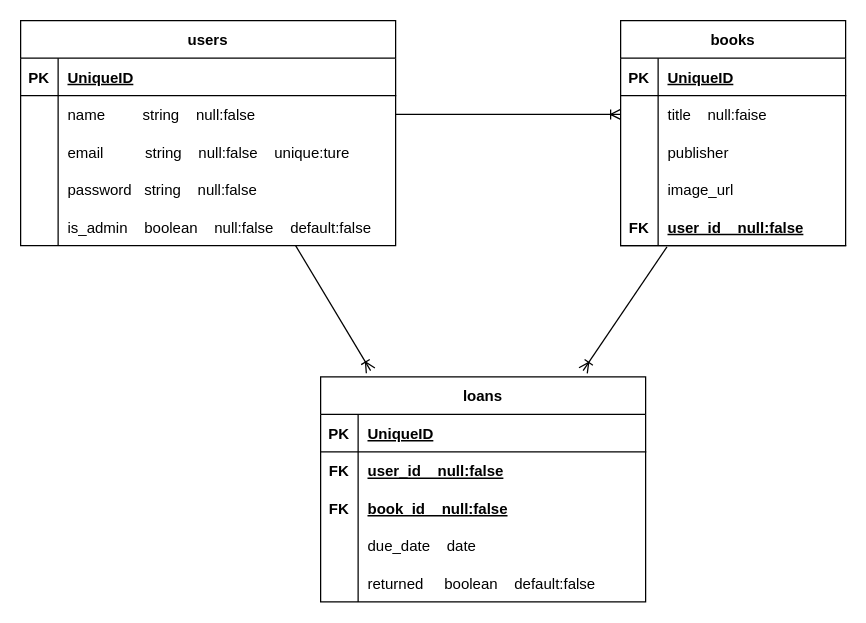
The draw.io diagram app/bookhub.dio in miopanda/book_hub, before the edit. Source tidied: cells renumbered, new cells numbered last; positions are measured from the earlier drawing's top-left corner, leaving out a move shared by most shapes. Both pictures are drawn from the tidied source at 125%, with x=0, y=0 at pixel (20, 20).
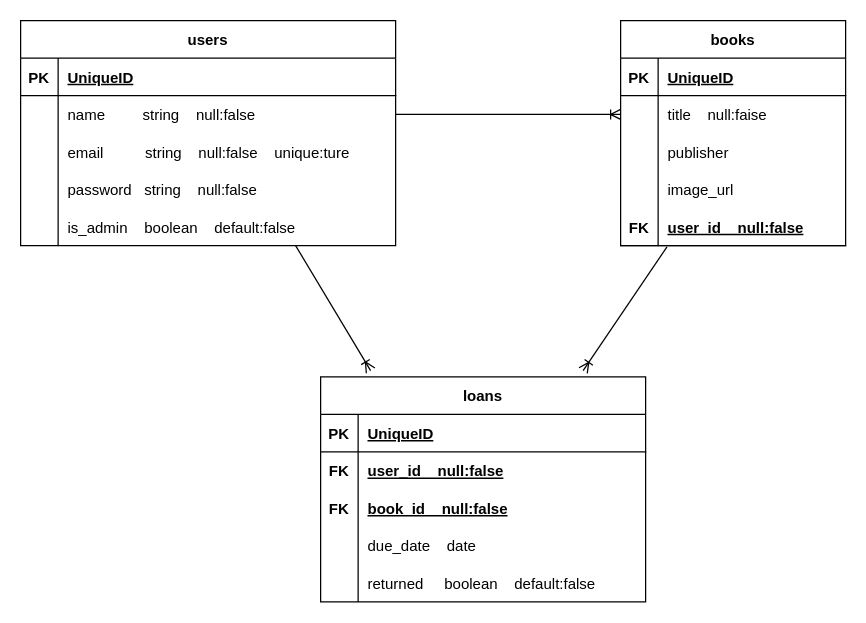
The same page after the edit.

Unchanged cells that the change refers to:
```xml
<mxCell id="15" style="shape=tableRow;horizontal=0;startSize=0;swimlaneHead=0;swimlaneBody=0;fillColor=none;top=0;left=0;right=0;bottom=0;" parent="2" vertex="1">
  <mxGeometry y="150" width="300" height="30" as="geometry" />
</mxCell>
```

Diff of the diagram source:
```diff
@@
-    <mxCell id="17" value="is_admin    boolean    null:false    default:false" style="shape=partialRectangle;fillColor=none;top=0;left=0;bottom=0;right=0;align=left;spacingLeft=6;overflow=hidden;" parent="15" vertex="1">
+    <mxCell id="17" value="is_admin    boolean    default:false" style="shape=partialRectangle;fillColor=none;top=0;left=0;bottom=0;right=0;align=left;spacingLeft=6;overflow=hidden;" parent="15" vertex="1">
       <mxGeometry x="30" width="270" height="30" as="geometry" />
     </mxCell>
```
